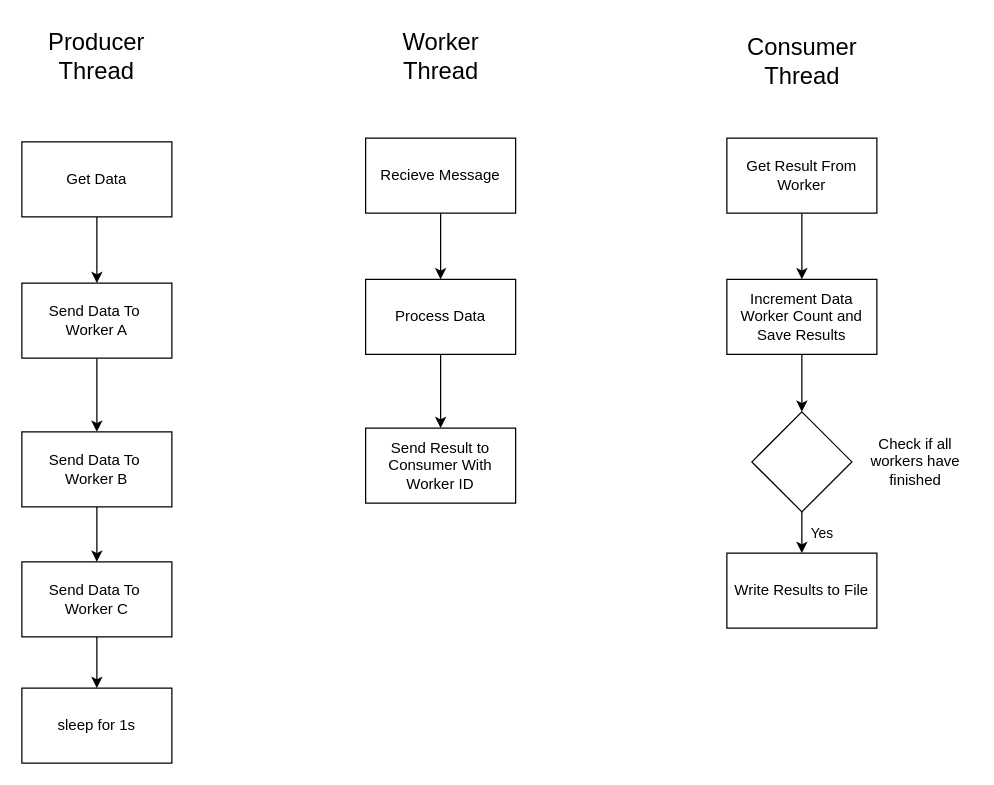
Earlier version of the draw.io diagram page "data-processor" (3 of 3) of sample/LibraryManager.drawio (vishalpalaniappan/asp-adli-python). Source tidied: cells renumbered, new cells numbered last; positions are measured from the earlier drawing's top-left corner, leaving out a move shared by most shapes. Both pictures are drawn from the tidied source at 125%, with x=0, y=0 at pixel (21, 21).
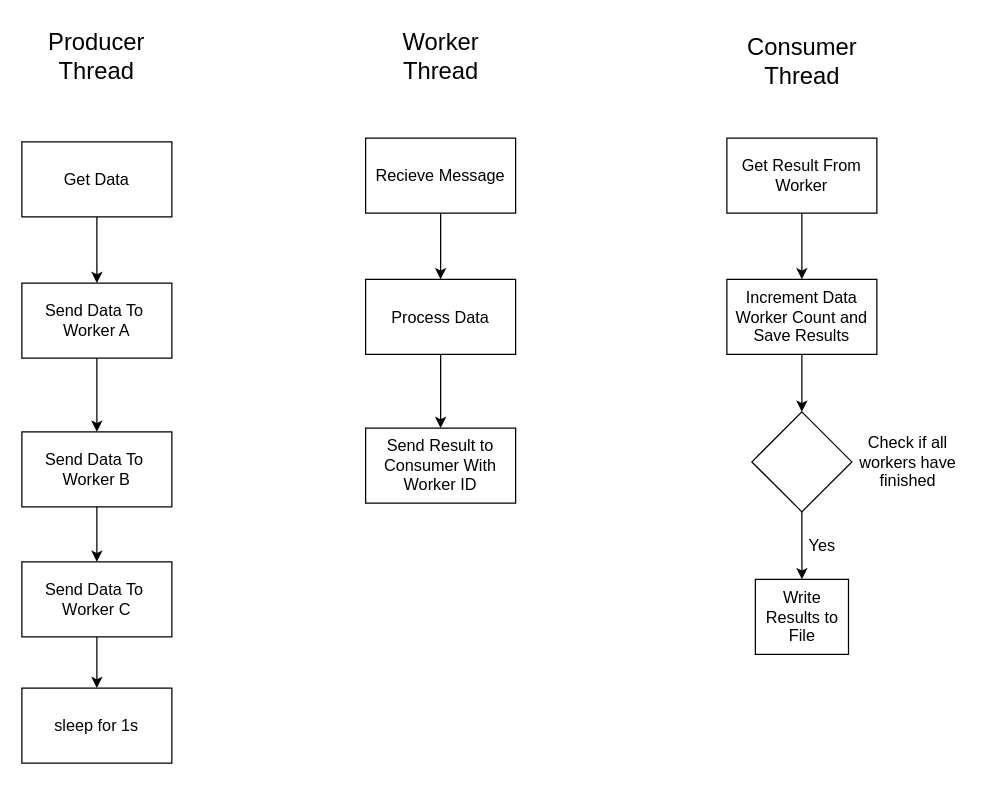
Above is the later version.

Diff of the diagram source:
```diff
@@
-    <mxCell id="2" style="edgeStyle=orthogonalEdgeStyle;rounded=0;jettySize=auto;html=1;" parent="1" edge="1" source="3" target="7">
+    <mxCell id="2" style="edgeStyle=orthogonalEdgeStyle;rounded=0;jettySize=auto;html=1;fontSize=13;" parent="1" edge="1" source="3" target="7">
       <mxGeometry relative="1" as="geometry" />
     </mxCell>
-    <mxCell id="3" value="Get Data" style="rounded=0;whiteSpace=wrap;html=1;" parent="1" vertex="1">
+    <mxCell id="3" value="Get Data" style="rounded=0;whiteSpace=wrap;html=1;fontSize=13;" parent="1" vertex="1">
       <mxGeometry y="96" width="120" height="60" as="geometry" />
     </mxCell>
-    <mxCell id="4" style="edgeStyle=orthogonalEdgeStyle;rounded=0;jettySize=auto;html=1;" parent="1" edge="1" source="5" target="24">
+    <mxCell id="4" style="edgeStyle=orthogonalEdgeStyle;rounded=0;jettySize=auto;html=1;fontSize=13;" parent="1" edge="1" source="5" target="24">
       <mxGeometry relative="1" as="geometry" />
     </mxCell>
-    <mxCell id="5" value="Send Data To&amp;nbsp;&lt;div&gt;Worker C&lt;/div&gt;" style="rounded=0;whiteSpace=wrap;html=1;" parent="1" vertex="1">
+    <mxCell id="5" value="Send Data To&amp;nbsp;&lt;div style=&quot;font-size: 13px;&quot;&gt;Worker C&lt;/div&gt;" style="rounded=0;whiteSpace=wrap;html=1;fontSize=13;" parent="1" vertex="1">
       <mxGeometry y="432" width="120" height="60" as="geometry" />
     </mxCell>
-    <mxCell id="6" style="edgeStyle=orthogonalEdgeStyle;rounded=0;jettySize=auto;html=1;" parent="1" edge="1" source="7" target="9">
+    <mxCell id="6" style="edgeStyle=orthogonalEdgeStyle;rounded=0;jettySize=auto;html=1;fontSize=13;" parent="1" edge="1" source="7" target="9">
       <mxGeometry relative="1" as="geometry" />
     </mxCell>
-    <mxCell id="7" value="Send Data To&amp;nbsp;&lt;div&gt;Worker A&lt;/div&gt;" style="rounded=0;whiteSpace=wrap;html=1;" parent="1" vertex="1">
+    <mxCell id="7" value="Send Data To&amp;nbsp;&lt;div style=&quot;font-size: 13px;&quot;&gt;Worker A&lt;/div&gt;" style="rounded=0;whiteSpace=wrap;html=1;fontSize=13;" parent="1" vertex="1">
       <mxGeometry y="209" width="120" height="60" as="geometry" />
     </mxCell>
-    <mxCell id="8" style="edgeStyle=orthogonalEdgeStyle;rounded=0;jettySize=auto;html=1;" parent="1" edge="1" source="9" target="5">
+    <mxCell id="8" style="edgeStyle=orthogonalEdgeStyle;rounded=0;jettySize=auto;html=1;fontSize=13;" parent="1" edge="1" source="9" target="5">
       <mxGeometry relative="1" as="geometry" />
     </mxCell>
-    <mxCell id="9" value="Send Data To&amp;nbsp;&lt;div&gt;Worker B&lt;/div&gt;" style="rounded=0;whiteSpace=wrap;html=1;" parent="1" vertex="1">
+    <mxCell id="9" value="Send Data To&amp;nbsp;&lt;div style=&quot;font-size: 13px;&quot;&gt;Worker B&lt;/div&gt;" style="rounded=0;whiteSpace=wrap;html=1;fontSize=13;" parent="1" vertex="1">
       <mxGeometry y="328" width="120" height="60" as="geometry" />
     </mxCell>
-    <mxCell id="10" style="edgeStyle=orthogonalEdgeStyle;rounded=0;jettySize=auto;html=1;" parent="1" edge="1" source="11" target="13">
+    <mxCell id="10" style="edgeStyle=orthogonalEdgeStyle;rounded=0;jettySize=auto;html=1;fontSize=13;" parent="1" edge="1" source="11" target="13">
       <mxGeometry relative="1" as="geometry" />
     </mxCell>
-    <mxCell id="11" value="Recieve Message" style="rounded=0;whiteSpace=wrap;html=1;" parent="1" vertex="1">
+    <mxCell id="11" value="Recieve Message" style="rounded=0;whiteSpace=wrap;html=1;fontSize=13;" parent="1" vertex="1">
       <mxGeometry x="275" y="93" width="120" height="60" as="geometry" />
     </mxCell>
-    <mxCell id="12" style="edgeStyle=orthogonalEdgeStyle;rounded=0;jettySize=auto;html=1;" parent="1" edge="1" source="13" target="14">
+    <mxCell id="12" style="edgeStyle=orthogonalEdgeStyle;rounded=0;jettySize=auto;html=1;fontSize=13;" parent="1" edge="1" source="13" target="14">
       <mxGeometry relative="1" as="geometry" />
     </mxCell>
-    <mxCell id="13" value="Process Data" style="rounded=0;whiteSpace=wrap;html=1;" parent="1" vertex="1">
+    <mxCell id="13" value="Process Data" style="rounded=0;whiteSpace=wrap;html=1;fontSize=13;" parent="1" vertex="1">
       <mxGeometry x="275" y="206" width="120" height="60" as="geometry" />
     </mxCell>
-    <mxCell id="14" value="Send Result to Consumer With Worker ID" style="rounded=0;whiteSpace=wrap;html=1;" parent="1" vertex="1">
+    <mxCell id="14" value="Send Result to Consumer With Worker ID" style="rounded=0;whiteSpace=wrap;html=1;fontSize=13;" parent="1" vertex="1">
       <mxGeometry x="275" y="325" width="120" height="60" as="geometry" />
     </mxCell>
-    <mxCell id="15" style="edgeStyle=orthogonalEdgeStyle;rounded=0;jettySize=auto;html=1;exitX=0.5;exitY=1;exitDx=0;exitDy=0;" parent="1" edge="1" source="16" target="18">
+    <mxCell id="15" style="edgeStyle=orthogonalEdgeStyle;rounded=0;jettySize=auto;html=1;exitX=0.5;exitY=1;exitDx=0;exitDy=0;fontSize=13;" parent="1" edge="1" source="16" target="18">
       <mxGeometry relative="1" as="geometry" />
     </mxCell>
-    <mxCell id="16" value="Get Result From Worker" style="rounded=0;whiteSpace=wrap;html=1;" parent="1" vertex="1">
+    <mxCell id="16" value="Get Result From Worker" style="rounded=0;whiteSpace=wrap;html=1;fontSize=13;" parent="1" vertex="1">
       <mxGeometry x="564" y="93" width="120" height="60" as="geometry" />
     </mxCell>
-    <mxCell id="17" style="edgeStyle=orthogonalEdgeStyle;rounded=0;jettySize=auto;html=1;exitX=0.5;exitY=1;exitDx=0;exitDy=0;" parent="1" edge="1" source="18" target="21">
+    <mxCell id="17" style="edgeStyle=orthogonalEdgeStyle;rounded=0;jettySize=auto;html=1;exitX=0.5;exitY=1;exitDx=0;exitDy=0;fontSize=13;" parent="1" edge="1" source="18" target="21">
       <mxGeometry relative="1" as="geometry" />
     </mxCell>
-    <mxCell id="18" value="Increment Data Worker Count and Save Results" style="rounded=0;whiteSpace=wrap;html=1;" parent="1" vertex="1">
+    <mxCell id="18" value="Increment Data Worker Count and Save Results" style="rounded=0;whiteSpace=wrap;html=1;fontSize=13;" parent="1" vertex="1">
       <mxGeometry x="564" y="206" width="120" height="60" as="geometry" />
     </mxCell>
-    <mxCell id="19" style="edgeStyle=orthogonalEdgeStyle;rounded=0;jettySize=auto;html=1;exitX=0.5;exitY=1;exitDx=0;exitDy=0;entryX=0.5;entryY=0;entryDx=0;entryDy=0;" parent="1" edge="1" source="21" target="22">
+    <mxCell id="19" style="edgeStyle=orthogonalEdgeStyle;rounded=0;jettySize=auto;html=1;exitX=0.5;exitY=1;exitDx=0;exitDy=0;entryX=0.5;entryY=0;entryDx=0;entryDy=0;fontSize=13;" parent="1" edge="1" source="21" target="22">
       <mxGeometry relative="1" as="geometry" />
     </mxCell>
-    <mxCell id="20" value="Yes" style="edgeLabel;html=1;align=center;verticalAlign=middle;" parent="19" vertex="1">
+    <mxCell id="20" value="Yes" style="edgeLabel;html=1;align=center;verticalAlign=middle;fontSize=13;" parent="19" vertex="1">
       <mxGeometry x="0.02" relative="1" as="geometry">
         <mxPoint x="15" y="-1" as="offset" />
       </mxGeometry>
     </mxCell>
-    <mxCell id="21" style="rhombus;whiteSpace=wrap;html=1;" parent="1" vertex="1">
+    <mxCell id="21" style="rhombus;whiteSpace=wrap;html=1;fontSize=13;" parent="1" vertex="1">
       <mxGeometry x="584" y="312" width="80" height="80" as="geometry" />
     </mxCell>
-    <mxCell id="22" value="Write Results to File" style="rounded=0;whiteSpace=wrap;html=1;" parent="1" vertex="1">
-      <mxGeometry x="564" y="425" width="120" height="60" as="geometry" />
+    <mxCell id="22" value="Write Results to File" style="rounded=0;whiteSpace=wrap;html=1;fontSize=13;" parent="1" vertex="1">
+      <mxGeometry x="586.8" y="446" width="74.5" height="60" as="geometry" />
     </mxCell>
-    <mxCell id="23" value="Check if all workers have finished" style="text;html=1;align=center;verticalAlign=middle;whiteSpace=wrap;rounded=0;" parent="1" vertex="1">
-      <mxGeometry x="670" y="321.5" width="90" height="61" as="geometry" />
+    <mxCell id="23" value="Check if all workers have finished" style="text;html=1;align=center;verticalAlign=middle;whiteSpace=wrap;rounded=0;fontSize=13;" parent="1" vertex="1">
+      <mxGeometry x="664" y="321.5" width="90" height="61" as="geometry" />
     </mxCell>
-    <mxCell id="24" value="sleep for 1s" style="rounded=0;whiteSpace=wrap;html=1;" parent="1" vertex="1">
+    <mxCell id="24" value="sleep for 1s" style="rounded=0;whiteSpace=wrap;html=1;fontSize=13;" parent="1" vertex="1">
       <mxGeometry y="533" width="120" height="60" as="geometry" />
     </mxCell>
```
